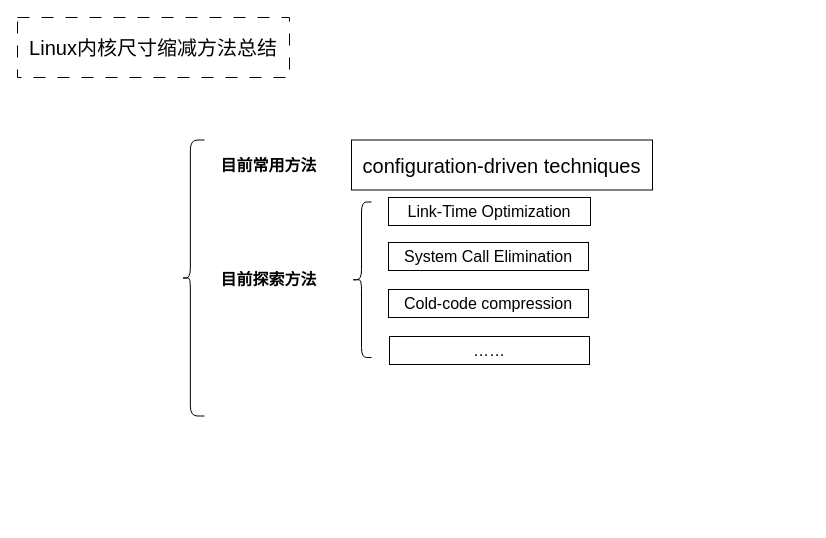
The draw.io diagram Linux内核尺寸缩减方法总结.drawio in plotusim/home-, before the edit. Source tidied: cells renumbered, new cells numbered last; positions are measured from the earlier drawing's top-left corner, leaving out a move shared by most shapes. Both pictures are drawn from the tidied source at 100%, with x=0, y=0 at pixel (17, 17).
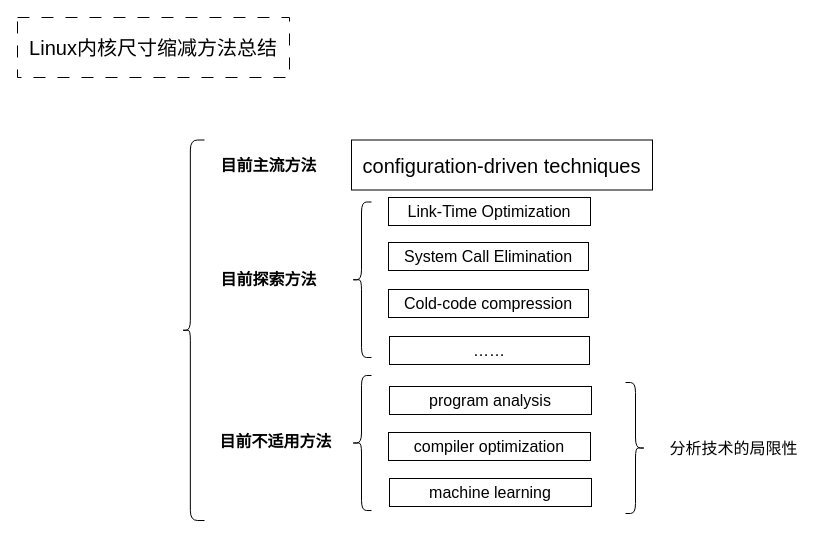
The same diagram, later.

Commit message (it also covers changes not shown here):
更新Linux内核尺寸缩减方法总结.drawio

What changed in the source:
```diff
@@
 <mxGraphModel>
   <root>
     <mxCell id="0" />
     <mxCell id="1" parent="0" />
     <mxCell id="2" value="&lt;font style=&quot;font-size: 20px;&quot;&gt;Linux内核尺寸缩减方法总结&lt;/font&gt;" style="rounded=0;whiteSpace=wrap;html=1;fontSize=16;dashed=1;dashPattern=12 12;" parent="1" vertex="1">
       <mxGeometry width="272" height="60" as="geometry" />
     </mxCell>
     <mxCell id="3" style="shape=curlyBracket;whiteSpace=wrap;html=1;rounded=1;labelPosition=left;verticalLabelPosition=middle;align=right;verticalAlign=middle;fontSize=16;size=0.38499984741210935;" parent="1" vertex="1">
-      <mxGeometry x="164" y="122.5" width="23" height="276" as="geometry" />
+      <mxGeometry x="164" y="122.5" width="23" height="380.5" as="geometry" />
     </mxCell>
-    <mxCell id="4" value="&lt;b&gt;目前常用方法&lt;/b&gt;" style="rounded=0;whiteSpace=wrap;html=1;fontSize=16;strokeColor=none;" parent="1" vertex="1">
+    <mxCell id="4" value="&lt;b&gt;目前主流方法&lt;/b&gt;" style="rounded=0;whiteSpace=wrap;html=1;fontSize=16;strokeColor=none;" parent="1" vertex="1">
       <mxGeometry x="193" y="128" width="117" height="39" as="geometry" />
     </mxCell>
     <mxCell id="5" value="&lt;font style=&quot;font-size: 20px;&quot;&gt;configuration-driven techniques&lt;/font&gt;" style="rounded=0;whiteSpace=wrap;html=1;fontSize=16;" parent="1" vertex="1">
       <mxGeometry x="334" y="122.5" width="301" height="50" as="geometry" />
     </mxCell>
     <mxCell id="6" value="&lt;b&gt;目前探索方法&lt;/b&gt;" style="rounded=0;whiteSpace=wrap;html=1;fontSize=16;strokeColor=none;" parent="1" vertex="1">
       <mxGeometry x="193" y="242.8" width="117" height="39" as="geometry" />
     </mxCell>
     <mxCell id="7" style="shape=curlyBracket;whiteSpace=wrap;html=1;rounded=1;labelPosition=left;verticalLabelPosition=middle;align=right;verticalAlign=middle;fontSize=16;" parent="1" vertex="1">
       <mxGeometry x="334" y="184.5" width="20" height="155.5" as="geometry" />
     </mxCell>
     <mxCell id="8" value="&lt;div&gt;Link-Time Optimization&lt;/div&gt;" style="rounded=0;whiteSpace=wrap;html=1;fontSize=16;" parent="1" vertex="1">
       <mxGeometry x="371" y="180" width="202" height="28" as="geometry" />
     </mxCell>
     <mxCell id="9" value="&lt;div&gt;System Call Elimination&lt;/div&gt;" style="rounded=0;whiteSpace=wrap;html=1;fontSize=16;" parent="1" vertex="1">
       <mxGeometry x="371" y="225" width="200" height="28" as="geometry" />
     </mxCell>
     <mxCell id="10" value="&lt;div&gt;Cold-code compression&lt;/div&gt;" style="rounded=0;whiteSpace=wrap;html=1;fontSize=16;" parent="1" vertex="1">
       <mxGeometry x="371" y="272" width="200" height="28" as="geometry" />
     </mxCell>
     <mxCell id="11" value="……" style="rounded=0;whiteSpace=wrap;html=1;fontSize=16;" parent="1" vertex="1">
       <mxGeometry x="372" y="319" width="200" height="28" as="geometry" />
     </mxCell>
+    <mxCell id="12" value="&lt;b&gt;目前不适用方法&lt;/b&gt;" style="rounded=0;whiteSpace=wrap;html=1;fontSize=16;strokeColor=none;" parent="1" vertex="1">
+      <mxGeometry x="193" y="404" width="131" height="39" as="geometry" />
+    </mxCell>
+    <mxCell id="13" style="shape=curlyBracket;whiteSpace=wrap;html=1;rounded=1;labelPosition=left;verticalLabelPosition=middle;align=right;verticalAlign=middle;fontSize=16;" parent="1" vertex="1">
+      <mxGeometry x="334" y="358" width="20" height="135" as="geometry" />
+    </mxCell>
+    <mxCell id="14" value="program analysis" style="rounded=0;whiteSpace=wrap;html=1;fontSize=16;" parent="1" vertex="1">
+      <mxGeometry x="372" y="369" width="202" height="28" as="geometry" />
+    </mxCell>
+    <mxCell id="15" value="compiler optimization" style="rounded=0;whiteSpace=wrap;html=1;fontSize=16;" parent="1" vertex="1">
+      <mxGeometry x="371" y="415" width="202" height="28" as="geometry" />
+    </mxCell>
+    <mxCell id="16" value="machine learning" style="rounded=0;whiteSpace=wrap;html=1;fontSize=16;" parent="1" vertex="1">
+      <mxGeometry x="372" y="461" width="202" height="28" as="geometry" />
+    </mxCell>
+    <mxCell id="17" style="shape=curlyBracket;whiteSpace=wrap;html=1;rounded=1;flipH=1;labelPosition=right;verticalLabelPosition=middle;align=left;verticalAlign=middle;fontSize=16;" parent="1" vertex="1">
+      <mxGeometry x="608" y="365" width="20" height="131" as="geometry" />
+    </mxCell>
+    <mxCell id="18" value="分析技术的局限性" style="rounded=0;whiteSpace=wrap;html=1;fontSize=16;strokeColor=none;" parent="1" vertex="1">
+      <mxGeometry x="642" y="412.5" width="149" height="36" as="geometry" />
+    </mxCell>
   </root>
 </mxGraphModel>
```
